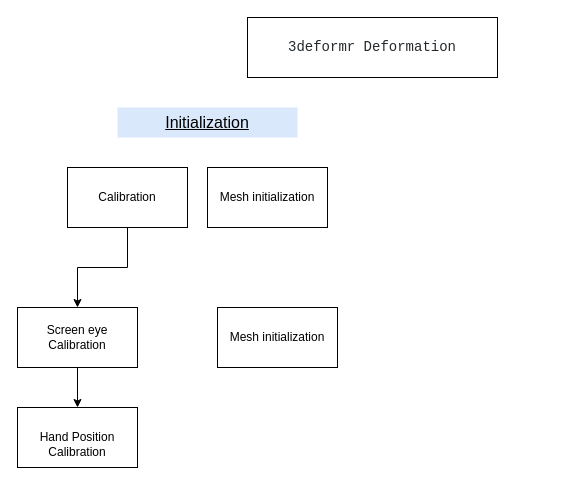
kitylam9/3deformr keeps this draw.io diagram as 3deformr_model.drawio. Above is the earlier version. Source tidied: cells renumbered, new cells numbered last; positions are measured from the earlier drawing's top-left corner, leaving out a move shared by most shapes. Both pictures are drawn from the tidied source at 100%, with x=0, y=0 at pixel (17, 17).
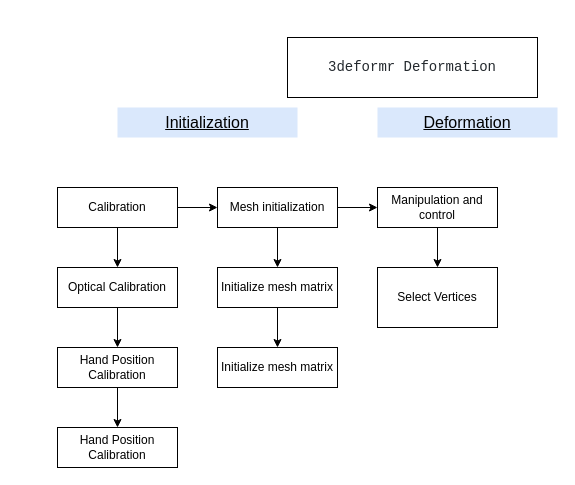
After the change.

What changed in the source:
```diff
@@
     <mxCell id="2" value="&lt;pre id=&quot;empty-setup-new-repo-echo&quot; class=&quot;copyable-terminal-content f5&quot; style=&quot;box-sizing: border-box ; font-family: , &amp;#34;consolas&amp;#34; , &amp;#34;liberation mono&amp;#34; , &amp;#34;menlo&amp;#34; , monospace ; font-size: 14px ; margin-top: 0px ; margin-bottom: 0px ; overflow: auto ; color: rgb(36 , 41 , 46)&quot;&gt;&lt;span class=&quot;user-select-contain&quot; style=&quot;box-sizing: border-box&quot;&gt;3deformr Deformation&lt;/span&gt;&lt;/pre&gt;" style="rounded=0;whiteSpace=wrap;html=1;" parent="1" vertex="1">
-      <mxGeometry x="230" width="250" height="60" as="geometry" />
+      <mxGeometry x="270" y="20" width="250" height="60" as="geometry" />
     </mxCell>
@@
+    <mxCell id="11" style="edgeStyle=orthogonalEdgeStyle;rounded=0;jettySize=auto;html=1;fontSize=16;" parent="1" edge="1" source="4" target="18">
+      <mxGeometry relative="1" as="geometry" />
+    </mxCell>
+    <mxCell id="12" style="edgeStyle=orthogonalEdgeStyle;rounded=0;jettySize=auto;html=1;fontSize=16;" parent="1" edge="1" source="4" target="10">
+      <mxGeometry relative="1" as="geometry" />
+    </mxCell>
     <mxCell id="4" value="Mesh initialization" style="rounded=0;whiteSpace=wrap;html=1;" parent="1" vertex="1">
-      <mxGeometry x="190" y="150" width="120" height="60" as="geometry" />
+      <mxGeometry x="200" y="170" width="120" height="40" as="geometry" />
     </mxCell>
+    <mxCell id="13" style="edgeStyle=orthogonalEdgeStyle;rounded=0;jettySize=auto;html=1;fontSize=16;" parent="1" edge="1" source="6" target="4">
+      <mxGeometry relative="1" as="geometry" />
+    </mxCell>
-    <mxCell id="5" style="edgeStyle=orthogonalEdgeStyle;rounded=0;jettySize=auto;html=1;" parent="1" edge="1" source="6" target="8">
+    <mxCell id="5" style="edgeStyle=orthogonalEdgeStyle;rounded=0;jettySize=auto;html=1;fontSize=16;" parent="1" edge="1" source="6" target="8">
       <mxGeometry relative="1" as="geometry" />
     </mxCell>
     <mxCell id="6" value="Calibration" style="rounded=0;whiteSpace=wrap;html=1;" parent="1" vertex="1">
-      <mxGeometry x="50" y="150" width="120" height="60" as="geometry" />
+      <mxGeometry x="40" y="170" width="120" height="40" as="geometry" />
     </mxCell>
@@
-    <mxCell id="8" value="Screen eye Calibration" style="rounded=0;whiteSpace=wrap;html=1;" parent="1" vertex="1">
-      <mxGeometry y="290" width="120" height="60" as="geometry" />
+    <mxCell id="8" value="&lt;div&gt;Optical Calibration&lt;/div&gt;" style="rounded=0;whiteSpace=wrap;html=1;" parent="1" vertex="1">
+      <mxGeometry x="40" y="250" width="120" height="40" as="geometry" />
     </mxCell>
+    <mxCell id="14" style="edgeStyle=orthogonalEdgeStyle;rounded=0;jettySize=auto;html=1;fontSize=16;" parent="1" edge="1" source="9" target="16">
+      <mxGeometry relative="1" as="geometry" />
+    </mxCell>
-    <mxCell id="9" value="&lt;br&gt;&lt;span&gt;Hand Position Calibration&lt;/span&gt;&lt;br&gt;" style="rounded=0;whiteSpace=wrap;html=1;" parent="1" vertex="1">
-      <mxGeometry y="390" width="120" height="60" as="geometry" />
+    <mxCell id="9" value="&lt;span&gt;Hand Position Calibration&lt;/span&gt;" style="rounded=0;whiteSpace=wrap;html=1;" parent="1" vertex="1">
+      <mxGeometry x="40" y="330" width="120" height="40" as="geometry" />
     </mxCell>
+    <mxCell id="15" style="edgeStyle=orthogonalEdgeStyle;rounded=0;jettySize=auto;html=1;fontSize=16;" parent="1" edge="1" source="10" target="20">
+      <mxGeometry relative="1" as="geometry" />
+    </mxCell>
-    <mxCell id="10" value="Mesh initialization" style="rounded=0;whiteSpace=wrap;html=1;" parent="1" vertex="1">
-      <mxGeometry x="200" y="290" width="120" height="60" as="geometry" />
+    <mxCell id="10" value="Initialize mesh matrix" style="rounded=0;whiteSpace=wrap;html=1;" parent="1" vertex="1">
+      <mxGeometry x="200" y="250" width="120" height="40" as="geometry" />
     </mxCell>
+    <mxCell id="16" value="&lt;span&gt;Hand Position Calibration&lt;/span&gt;" style="rounded=0;whiteSpace=wrap;html=1;" parent="1" vertex="1">
+      <mxGeometry x="40" y="410" width="120" height="40" as="geometry" />
+    </mxCell>
+    <mxCell id="17" style="edgeStyle=orthogonalEdgeStyle;rounded=0;jettySize=auto;html=1;fontSize=16;" parent="1" edge="1" source="18" target="21">
+      <mxGeometry relative="1" as="geometry" />
+    </mxCell>
+    <mxCell id="18" value="Manipulation and control" style="rounded=0;whiteSpace=wrap;html=1;" parent="1" vertex="1">
+      <mxGeometry x="360" y="170" width="120" height="40" as="geometry" />
+    </mxCell>
+    <mxCell id="19" value="Deformation" style="rounded=0;whiteSpace=wrap;html=1;fillColor=#dae8fc;fontSize=16;fontStyle=4;strokeColor=none;" parent="1" vertex="1">
+      <mxGeometry x="360" y="90" width="180" height="30" as="geometry" />
+    </mxCell>
+    <mxCell id="20" value="Initialize mesh matrix" style="rounded=0;whiteSpace=wrap;html=1;" parent="1" vertex="1">
+      <mxGeometry x="200" y="330" width="120" height="40" as="geometry" />
+    </mxCell>
+    <mxCell id="21" value="Select Vertices" style="rounded=0;whiteSpace=wrap;html=1;" parent="1" vertex="1">
+      <mxGeometry x="360" y="250" width="120" height="60" as="geometry" />
+    </mxCell>
```
